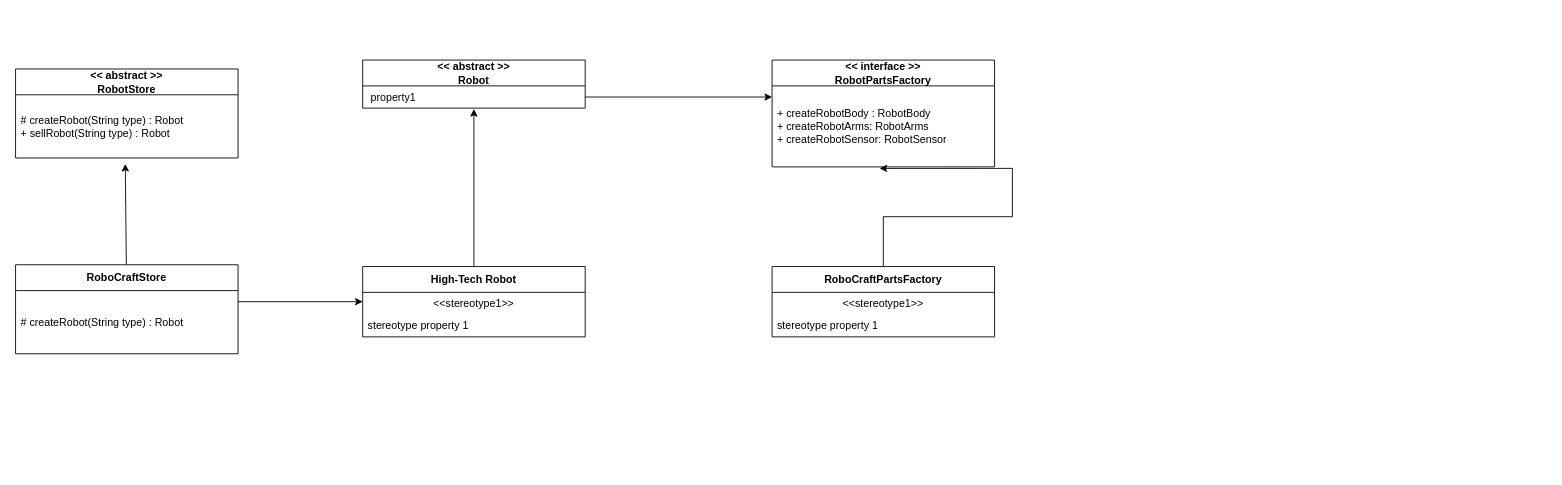
The draw.io diagram Abstract Factory Pattern/src/exercise2/AbstractFactoryDiagram_Exercise2.drawio in eisBlume0901/Design-Patterns-Playground, before the edit. Source tidied: cells renumbered, new cells numbered last; positions are measured from the earlier drawing's top-left corner, leaving out a move shared by most shapes. Both pictures are drawn from the tidied source at 89%, with x=0, y=0 at pixel (15, 60).
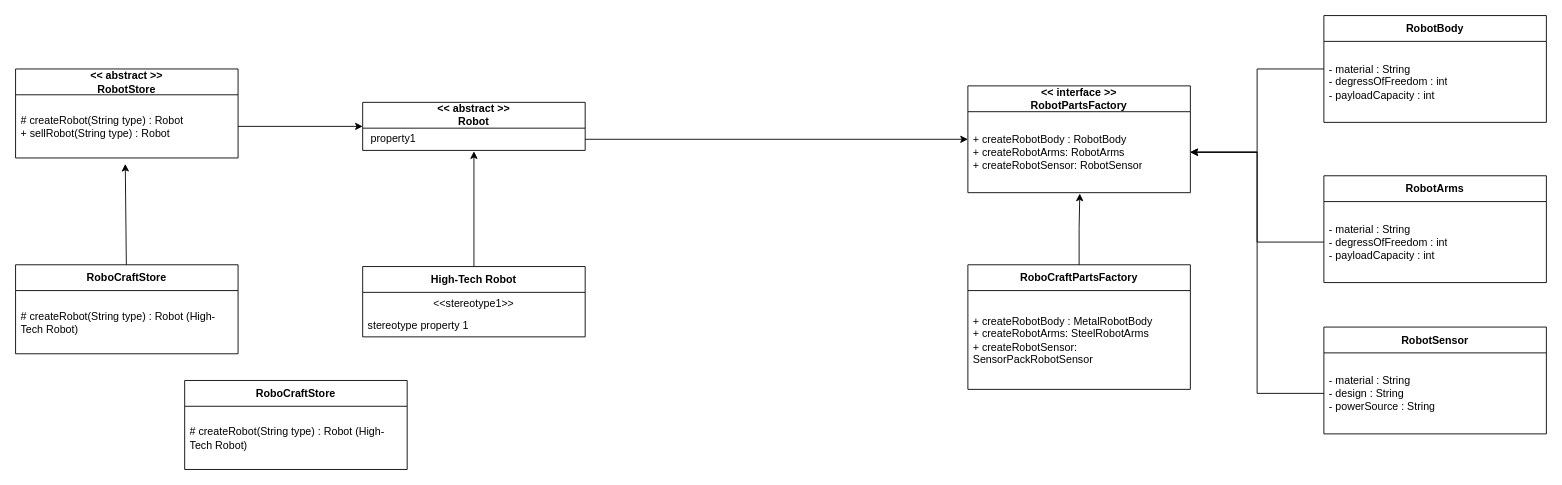
The same diagram, later.

The change refers to these unchanged cells:
```xml
<mxCell id="3" value="# createRobot(String type) : Robot&lt;br&gt;+ sellRobot(String type) : Robot" style="text;html=1;strokeColor=none;fillColor=none;align=left;verticalAlign=middle;spacingLeft=4;spacingRight=4;overflow=hidden;points=[[0,0.5],[1,0.5]];portConstraint=eastwest;whiteSpace=wrap;" parent="2" vertex="1">
  <mxGeometry y="29" width="250" height="71" as="geometry" />
</mxCell>
<mxCell id="4" value="RoboCraftStore" style="swimlane;fontStyle=1;align=center;verticalAlign=middle;horizontal=1;startSize=29;html=1;whiteSpace=wrap;" parent="1" vertex="1">
  <mxGeometry y="230" width="250" height="100" as="geometry" />
</mxCell>
<mxCell id="7" value="&amp;nbsp;property1" style="text;html=1;strokeColor=none;fillColor=none;align=left;verticalAlign=middle;spacingLeft=4;spacingRight=4;overflow=hidden;points=[[0,0.5],[1,0.5]];portConstraint=eastwest;whiteSpace=wrap;" parent="6" vertex="1">
  <mxGeometry y="29" width="250" height="25" as="geometry" />
</mxCell>
<mxCell id="8" value="High-Tech Robot" style="swimlane;fontStyle=1;align=center;verticalAlign=middle;horizontal=1;startSize=29;html=1;whiteSpace=wrap;" parent="1" vertex="1">
  <mxGeometry x="390" y="232" width="250" height="79" as="geometry" />
</mxCell>
<mxCell id="15" value="+ createRobotBody : RobotBody&lt;br&gt;+ createRobotArms: RobotArms&lt;br&gt;+ createRobotSensor: RobotSensor" style="text;html=1;strokeColor=none;fillColor=none;align=left;verticalAlign=middle;spacingLeft=4;spacingRight=4;overflow=hidden;points=[[0,0.5],[1,0.5]];portConstraint=eastwest;whiteSpace=wrap;" parent="14" vertex="1">
  <mxGeometry y="29" width="250" height="91" as="geometry" />
</mxCell>
```

What changed in the source:
```diff
@@
-    <mxCell id="5" value="# createRobot(String type) : Robot&amp;nbsp;" style="text;html=1;strokeColor=none;fillColor=none;align=left;verticalAlign=middle;spacingLeft=4;spacingRight=4;overflow=hidden;whiteSpace=wrap;" parent="4" vertex="1">
+    <mxCell id="5" value="# createRobot(String type) : Robot (High-Tech Robot)" style="text;html=1;strokeColor=none;fillColor=none;align=left;verticalAlign=middle;spacingLeft=4;spacingRight=4;overflow=hidden;whiteSpace=wrap;" parent="4" vertex="1">
       <mxGeometry y="29" width="250" height="71" as="geometry" />
     </mxCell>
     <mxCell id="6" value="&amp;lt;&amp;lt; abstract &amp;gt;&amp;gt;&lt;br&gt;Robot" style="swimlane;fontStyle=1;align=center;verticalAlign=middle;horizontal=1;startSize=29;html=1;whiteSpace=wrap;" parent="1" vertex="1">
-      <mxGeometry x="390" width="250" height="54" as="geometry" />
+      <mxGeometry x="390" y="47.5" width="250" height="54" as="geometry" />
     </mxCell>
@@
-    <mxCell id="11" style="rounded=0;jettySize=auto;html=1;exitX=1;exitY=0.5;exitDx=0;exitDy=0;entryX=0;entryY=0.5;entryDx=0;entryDy=0;" parent="1" edge="1" target="8">
-      <mxGeometry relative="1" as="geometry">
-        <mxPoint x="250" y="271.5" as="sourcePoint" />
-      </mxGeometry>
-    </mxCell>
@@
     <mxCell id="14" value="&amp;lt;&amp;lt; interface &amp;gt;&amp;gt;&lt;br&gt;RobotPartsFactory" style="swimlane;fontStyle=1;align=center;verticalAlign=middle;horizontal=1;startSize=29;html=1;whiteSpace=wrap;" parent="1" vertex="1">
-      <mxGeometry x="850" width="250" height="120" as="geometry" />
+      <mxGeometry x="1070" y="29" width="250" height="120" as="geometry" />
     </mxCell>
@@
     <mxCell id="16" value="RoboCraftPartsFactory" style="swimlane;fontStyle=1;align=center;verticalAlign=middle;horizontal=1;startSize=29;html=1;whiteSpace=wrap;" parent="1" vertex="1">
-      <mxGeometry x="850" y="232" width="250" height="79" as="geometry" />
+      <mxGeometry x="1070" y="230" width="250" height="140" as="geometry" />
     </mxCell>
-    <mxCell id="17" value="&amp;lt;&amp;lt;stereotype1&amp;gt;&amp;gt;" style="text;html=1;strokeColor=none;fillColor=none;align=center;verticalAlign=middle;spacingLeft=4;spacingRight=4;overflow=hidden;whiteSpace=wrap;" parent="16" vertex="1">
-      <mxGeometry y="29" width="250" height="25" as="geometry" />
-    </mxCell>
-    <mxCell id="18" value="stereotype property 1" style="text;html=1;strokeColor=none;fillColor=none;align=left;verticalAlign=middle;spacingLeft=4;spacingRight=4;overflow=hidden;whiteSpace=wrap;" parent="16" vertex="1">
-      <mxGeometry y="54" width="250" height="25" as="geometry" />
+    <mxCell id="18" value="+ createRobotBody : MetalRobotBody&lt;br&gt;+ createRobotArms: SteelRobotArms&lt;br&gt;+ createRobotSensor: SensorPackRobotSensor" style="text;html=1;strokeColor=none;fillColor=none;align=left;verticalAlign=middle;spacingLeft=4;spacingRight=4;overflow=hidden;whiteSpace=wrap;" parent="16" vertex="1">
+      <mxGeometry y="29" width="250" height="111" as="geometry" />
     </mxCell>
-    <mxCell id="19" style="edgeStyle=orthogonalEdgeStyle;rounded=0;orthogonalLoop=1;jettySize=auto;html=1;entryX=0;entryY=0.5;entryDx=0;entryDy=0;" parent="1" edge="1">
-      <mxGeometry relative="1" as="geometry">
-        <mxPoint x="640" y="41.5" as="sourcePoint" />
-        <mxPoint x="850" y="41.5" as="targetPoint" />
-      </mxGeometry>
-    </mxCell>
+    <mxCell id="21" style="edgeStyle=orthogonalEdgeStyle;rounded=0;jettySize=auto;html=1;exitX=1;exitY=0.5;exitDx=0;exitDy=0;entryX=0;entryY=0.5;entryDx=0;entryDy=0;" parent="1" edge="1" source="3" target="6">
+      <mxGeometry relative="1" as="geometry" />
+    </mxCell>
+    <mxCell id="22" style="edgeStyle=orthogonalEdgeStyle;rounded=0;jettySize=auto;html=1;exitX=1;exitY=0.5;exitDx=0;exitDy=0;entryX=0;entryY=0.5;entryDx=0;entryDy=0;" parent="1" edge="1" source="7" target="14">
+      <mxGeometry relative="1" as="geometry" />
+    </mxCell>
-    <mxCell id="20" style="edgeStyle=orthogonalEdgeStyle;rounded=0;jettySize=auto;html=1;entryX=0.483;entryY=1.019;entryDx=0;entryDy=0;entryPerimeter=0;" parent="1" edge="1" source="16" target="15">
+    <mxCell id="20" style="edgeStyle=orthogonalEdgeStyle;rounded=0;jettySize=auto;html=1;entryX=0.503;entryY=1.011;entryDx=0;entryDy=0;entryPerimeter=0;" parent="1" edge="1" source="16" target="15">
       <mxGeometry relative="1" as="geometry" />
     </mxCell>
+    <mxCell id="23" value="RobotBody" style="swimlane;fontStyle=1;align=center;verticalAlign=middle;horizontal=1;startSize=29;html=1;whiteSpace=wrap;" parent="1" vertex="1">
+      <mxGeometry x="1470" y="-50" width="250" height="120" as="geometry" />
+    </mxCell>
+    <mxCell id="24" value="- material : String&lt;br&gt;- degressOfFreedom : int&lt;br&gt;- payloadCapacity : int" style="text;html=1;strokeColor=none;fillColor=none;align=left;verticalAlign=middle;spacingLeft=4;spacingRight=4;overflow=hidden;whiteSpace=wrap;" parent="23" vertex="1">
+      <mxGeometry y="29" width="250" height="91" as="geometry" />
+    </mxCell>
+    <mxCell id="25" style="edgeStyle=orthogonalEdgeStyle;rounded=0;jettySize=auto;html=1;exitX=1;exitY=0.5;exitDx=0;exitDy=0;entryX=0;entryY=0.5;entryDx=0;entryDy=0;endArrow=none;endFill=0;startArrow=classic;startFill=1;" parent="1" edge="1" source="15" target="23">
+      <mxGeometry relative="1" as="geometry" />
+    </mxCell>
+    <mxCell id="26" value="RobotArms" style="swimlane;fontStyle=1;align=center;verticalAlign=middle;horizontal=1;startSize=29;html=1;whiteSpace=wrap;" parent="1" vertex="1">
+      <mxGeometry x="1470" y="130" width="250" height="120" as="geometry" />
+    </mxCell>
+    <mxCell id="27" value="- material : String&lt;br style=&quot;border-color: var(--border-color);&quot;&gt;- degressOfFreedom : int&lt;br style=&quot;border-color: var(--border-color);&quot;&gt;- payloadCapacity : int" style="text;html=1;strokeColor=none;fillColor=none;align=left;verticalAlign=middle;spacingLeft=4;spacingRight=4;overflow=hidden;points=[[0,0.5],[1,0.5]];portConstraint=eastwest;whiteSpace=wrap;" parent="26" vertex="1">
+      <mxGeometry y="29" width="250" height="91" as="geometry" />
+    </mxCell>
+    <mxCell id="28" style="edgeStyle=orthogonalEdgeStyle;rounded=0;jettySize=auto;html=1;exitX=0;exitY=0.5;exitDx=0;exitDy=0;entryX=1;entryY=0.5;entryDx=0;entryDy=0;" parent="1" edge="1" source="27" target="15">
+      <mxGeometry relative="1" as="geometry" />
+    </mxCell>
+    <mxCell id="29" value="RobotSensor" style="swimlane;fontStyle=1;align=center;verticalAlign=middle;horizontal=1;startSize=29;html=1;whiteSpace=wrap;" parent="1" vertex="1">
+      <mxGeometry x="1470" y="300" width="250" height="120" as="geometry" />
+    </mxCell>
+    <mxCell id="30" value="- material : String&lt;br&gt;- design : String&lt;br&gt;- powerSource : String" style="text;html=1;strokeColor=none;fillColor=none;align=left;verticalAlign=middle;spacingLeft=4;spacingRight=4;overflow=hidden;points=[[0,0.5],[1,0.5]];portConstraint=eastwest;whiteSpace=wrap;" parent="29" vertex="1">
+      <mxGeometry y="29" width="250" height="91" as="geometry" />
+    </mxCell>
+    <mxCell id="31" style="edgeStyle=orthogonalEdgeStyle;rounded=0;jettySize=auto;html=1;entryX=1;entryY=0.5;entryDx=0;entryDy=0;" parent="1" edge="1" source="30" target="15">
+      <mxGeometry relative="1" as="geometry" />
+    </mxCell>
+    <mxCell id="32" value="RoboCraftStore" style="swimlane;fontStyle=1;align=center;verticalAlign=middle;horizontal=1;startSize=29;html=1;whiteSpace=wrap;" parent="1" vertex="1">
+      <mxGeometry x="190" y="360" width="250" height="100" as="geometry" />
+    </mxCell>
+    <mxCell id="33" value="# createRobot(String type) : Robot (High-Tech Robot)" style="text;html=1;strokeColor=none;fillColor=none;align=left;verticalAlign=middle;spacingLeft=4;spacingRight=4;overflow=hidden;whiteSpace=wrap;" parent="32" vertex="1">
+      <mxGeometry y="29" width="250" height="71" as="geometry" />
+    </mxCell>
```
